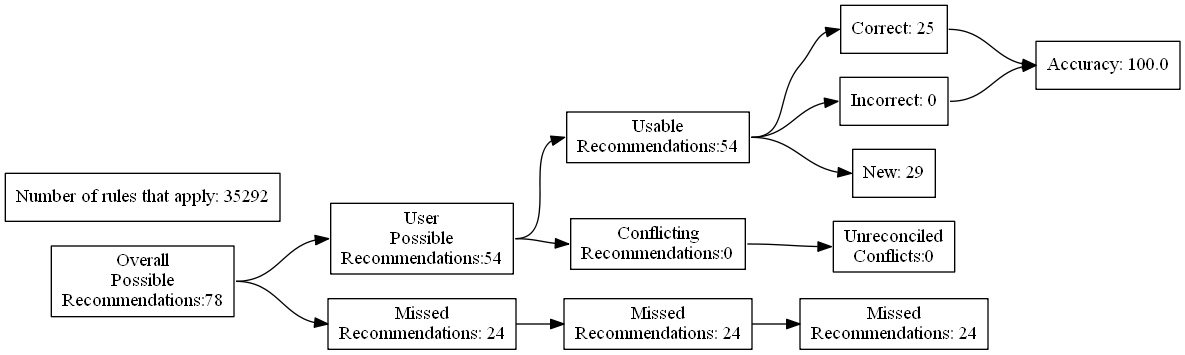
The Graphviz diagram test_renders/7.gv.png in ZaxR/ibd_diet_analysis, before a commit. Its source is kept beside it as test_renders/7.gv.
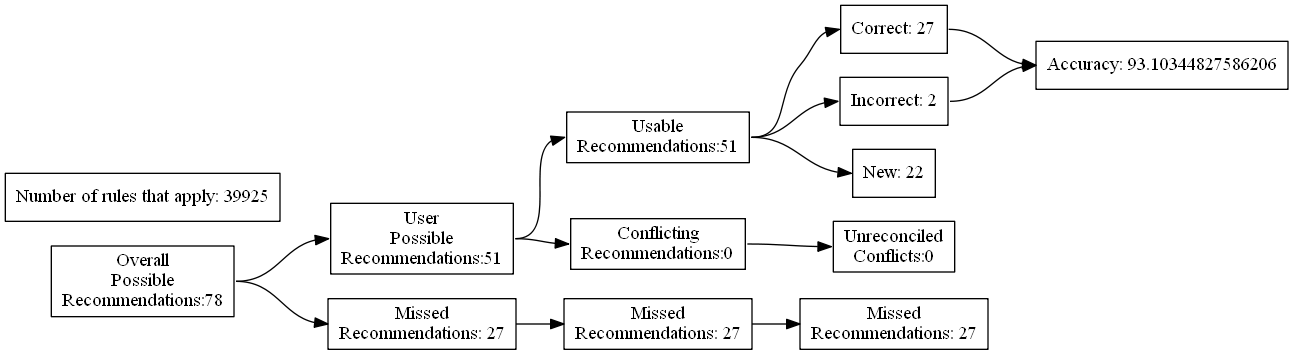
The same diagram one commit later.

The edit, as a diff of the source:
```diff
@@ -7,24 +7,24 @@
 Recommendations:78"]
 		B [label="User
 Possible
-Recommendations:54"]
+Recommendations:51"]
 		C [label="Missed
-Recommendations: 24"]
+Recommendations: 27"]
 		D [label="Usable
-Recommendations:54"]
+Recommendations:51"]
 		E [label="Conflicting
 Recommendations:0"]
 		J [label="Missed
-Recommendations: 24"]
+Recommendations: 27"]
 		M [label="Unreconciled
 Conflicts:0"]
-		F [label="Correct: 25"]
-		G [label="Incorrect: 0"]
-		H [label="New: 29"]
+		F [label="Correct: 27"]
+		G [label="Incorrect: 2"]
+		H [label="New: 22"]
 		K [label="Missed
-Recommendations: 24"]
-		I [label="Accuracy: 100.0"]
-		l [label="Number of rules that apply: 35292"]
+Recommendations: 27"]
+		I [label="Accuracy: 93.10344827586206"]
+		l [label="Number of rules that apply: 39925"]
 			A -> B
 			A -> C
 			B -> D
```
